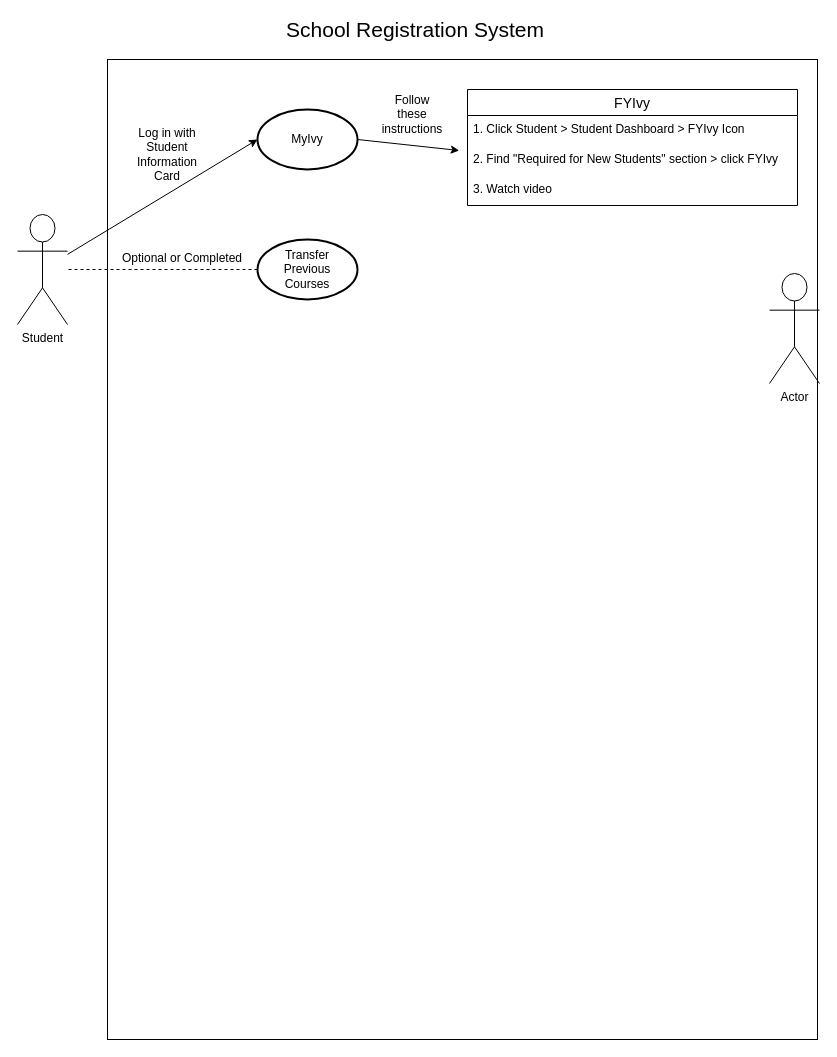
This is DAILY_JUSTIN_M03DB.drawio from TheJMan56/hello-world, a draw.io file, before an edit. Source tidied: cells renumbered, new cells numbered last; positions are measured from the earlier drawing's top-left corner, leaving out a move shared by most shapes. Both pictures are drawn from the tidied source at 100%, with x=0, y=0 at pixel (17, 19).
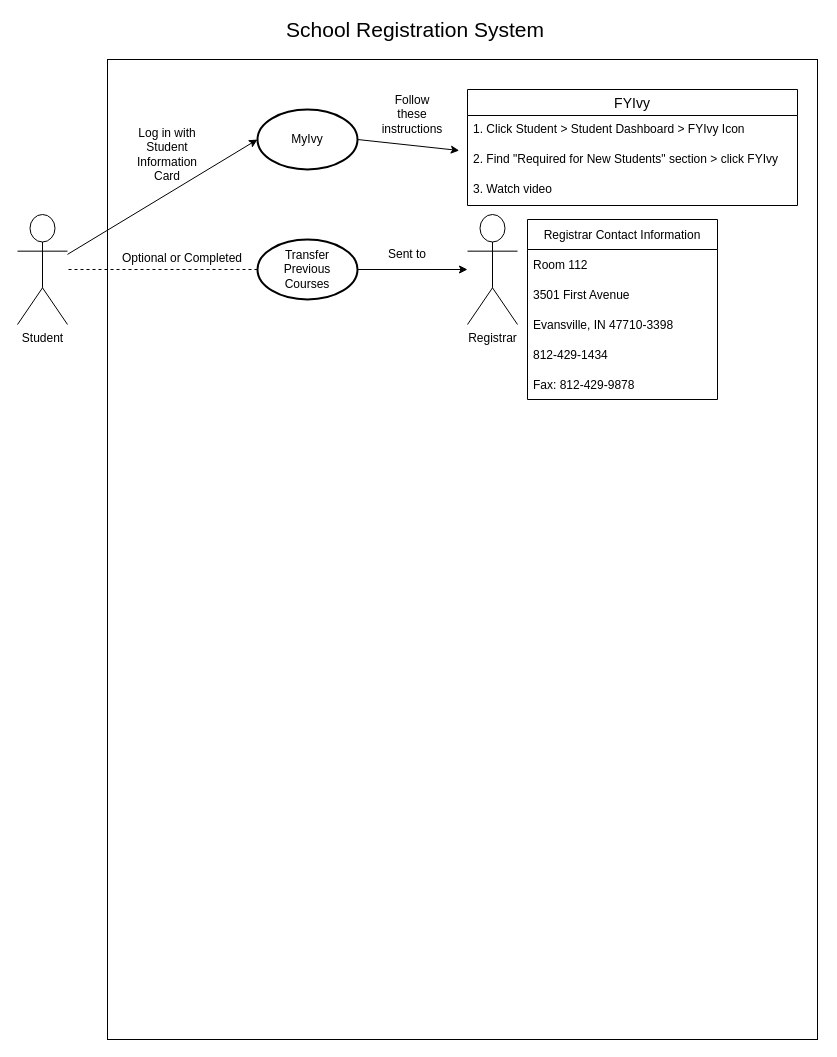
Above is the later version.

Unchanged cells that the change refers to:
```xml
<mxCell id="16" style="strokeWidth=2;html=1;shape=mxgraph.flowchart.start_1;whiteSpace=wrap;" parent="1" vertex="1">
  <mxGeometry x="240" y="220" width="100" height="60" as="geometry" />
</mxCell>
```

What changed in the source:
```diff
@@
-    <mxCell id="4" value="Actor" style="shape=umlActor;verticalLabelPosition=bottom;labelBackgroundColor=#ffffff;verticalAlign=top;html=1;outlineConnect=0;" parent="1" vertex="1">
-      <mxGeometry x="752" y="254" width="50" height="110" as="geometry" />
+    <mxCell id="4" value="Registrar" style="shape=umlActor;verticalLabelPosition=bottom;labelBackgroundColor=#ffffff;verticalAlign=top;html=1;outlineConnect=0;" parent="1" vertex="1">
+      <mxGeometry x="450" y="195" width="50" height="110" as="geometry" />
     </mxCell>
@@
+    <mxCell id="20" style="endArrow=classic;html=1;rounded=0;exitX=1;exitY=0.5;exitDx=0;exitDy=0;exitPerimeter=0;" parent="1" edge="1" source="16" target="4">
+      <mxGeometry relative="1" as="geometry" />
+    </mxCell>
+    <mxCell id="21" value="Sent to" style="text;html=1;strokeColor=none;fillColor=none;align=center;verticalAlign=middle;whiteSpace=wrap;rounded=0;" parent="1" vertex="1">
+      <mxGeometry x="360" y="220" width="60" height="30" as="geometry" />
+    </mxCell>
+    <mxCell id="22" value="Registrar Contact Information" style="swimlane;fontStyle=0;horizontal=1;startSize=30;" parent="1" vertex="1">
+      <mxGeometry x="510" y="200" width="190" height="180" as="geometry" />
+    </mxCell>
+    <mxCell id="23" value="Room 112" style="text;strokeColor=none;fillColor=none;align=left;verticalAlign=middle;spacingLeft=4;spacingRight=4;overflow=hidden;" parent="22" vertex="1">
+      <mxGeometry y="30" width="190" height="30" as="geometry" />
+    </mxCell>
+    <mxCell id="24" value="3501 First Avenue" style="text;strokeColor=none;fillColor=none;align=left;verticalAlign=middle;spacingLeft=4;spacingRight=4;overflow=hidden;" parent="22" vertex="1">
+      <mxGeometry y="60" width="190" height="30" as="geometry" />
+    </mxCell>
+    <mxCell id="25" value="Evansville, IN 47710-3398" style="text;strokeColor=none;fillColor=none;align=left;verticalAlign=middle;spacingLeft=4;spacingRight=4;overflow=hidden;" parent="22" vertex="1">
+      <mxGeometry y="90" width="190" height="30" as="geometry" />
+    </mxCell>
+    <mxCell id="26" value="812-429-1434" style="text;strokeColor=none;fillColor=none;align=left;verticalAlign=middle;spacingLeft=4;spacingRight=4;overflow=hidden;" parent="22" vertex="1">
+      <mxGeometry y="120" width="190" height="30" as="geometry" />
+    </mxCell>
+    <mxCell id="27" value="Fax: 812-429-9878" style="text;strokeColor=none;fillColor=none;align=left;verticalAlign=middle;spacingLeft=4;spacingRight=4;overflow=hidden;" parent="22" vertex="1">
+      <mxGeometry y="150" width="190" height="30" as="geometry" />
+    </mxCell>
```
